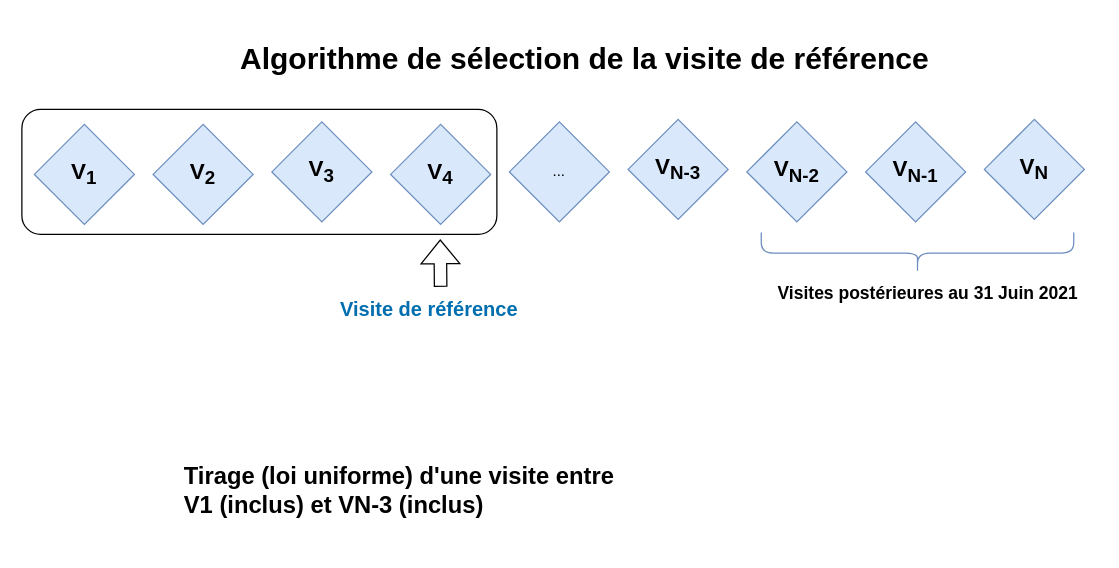
Before: algorithme_séquence.drawio in Basso42/BEHRT, a draw.io diagram. Source tidied: cells renumbered, new cells numbered last; positions are measured from the earlier drawing's top-left corner, leaving out a move shared by most shapes. Both pictures are drawn from the tidied source at 125%, with x=0, y=0 at pixel (21, 34).
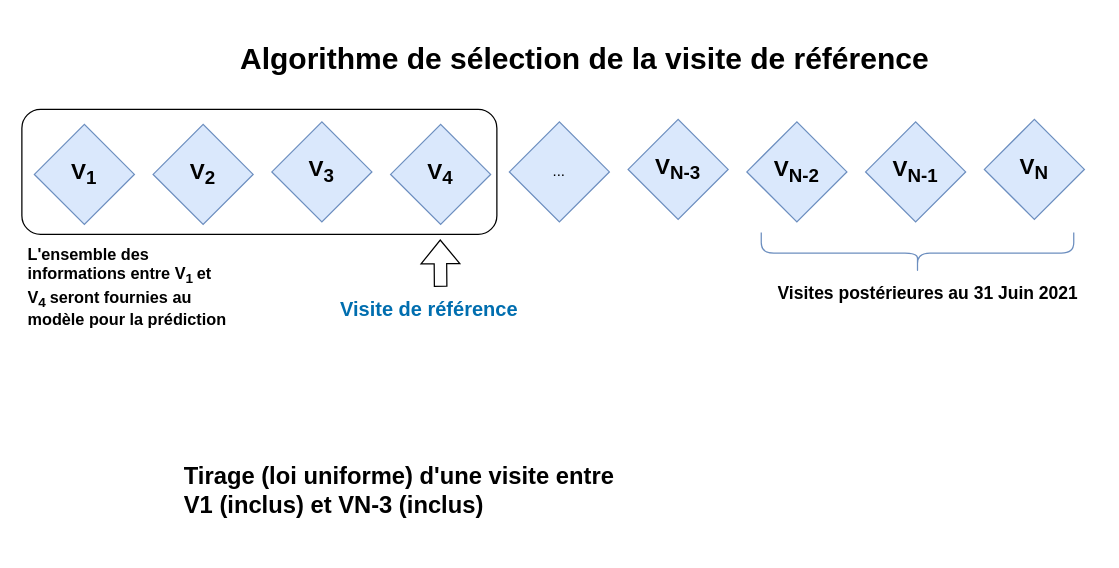
The same diagram, later.

Commit message (it also covers changes not shown here):
Mettre à jour algorithme_séquence.drawio

What changed in the source:
```diff
@@
 <mxGraphModel>
   <root>
     <mxCell id="0" />
     <mxCell id="1" parent="0" />
     <mxCell id="2" style="rounded=1;whiteSpace=wrap;html=1;fillColor=none;strokeWidth=1;" parent="1" vertex="1">
       <mxGeometry y="60" width="380" height="100" as="geometry" />
     </mxCell>
     <mxCell id="3" value="&lt;b&gt;&lt;font style=&quot;font-size: 18px;&quot;&gt;V&lt;sub&gt;N-3&lt;/sub&gt;&lt;/font&gt;&lt;/b&gt;" style="rhombus;whiteSpace=wrap;html=1;flipH=1;flipV=0;fillColor=#dae8fc;strokeColor=#6c8ebf;" parent="1" vertex="1">
       <mxGeometry x="485" y="68" width="80" height="80" as="geometry" />
     </mxCell>
     <mxCell id="4" value="&lt;b&gt;&lt;font style=&quot;font-size: 18px;&quot;&gt;V&lt;sub&gt;N&lt;/sub&gt;&lt;/font&gt;&lt;/b&gt;" style="rhombus;whiteSpace=wrap;html=1;flipH=1;flipV=0;fillColor=#dae8fc;strokeColor=#6c8ebf;" parent="1" vertex="1">
       <mxGeometry x="770" y="68" width="80" height="80" as="geometry" />
     </mxCell>
     <mxCell id="5" value="..." style="rhombus;whiteSpace=wrap;html=1;flipH=1;flipV=0;fillColor=#dae8fc;strokeColor=#6c8ebf;" parent="1" vertex="1">
       <mxGeometry x="390" y="70" width="80" height="80" as="geometry" />
     </mxCell>
     <mxCell id="6" value="&lt;b&gt;&lt;font style=&quot;font-size: 18px;&quot;&gt;V&lt;sub&gt;N-2&lt;/sub&gt;&lt;/font&gt;&lt;/b&gt;" style="rhombus;whiteSpace=wrap;html=1;flipH=1;flipV=0;fillColor=#dae8fc;strokeColor=#6c8ebf;" parent="1" vertex="1">
       <mxGeometry x="580" y="70" width="80" height="80" as="geometry" />
     </mxCell>
     <mxCell id="7" value="&lt;b&gt;&lt;font style=&quot;font-size: 18px;&quot;&gt;V&lt;sub&gt;N-1&lt;/sub&gt;&lt;/font&gt;&lt;/b&gt;" style="rhombus;whiteSpace=wrap;html=1;flipH=1;flipV=0;fillColor=#dae8fc;strokeColor=#6c8ebf;" parent="1" vertex="1">
       <mxGeometry x="675" y="70" width="80" height="80" as="geometry" />
     </mxCell>
     <mxCell id="8" value="&lt;b&gt;&lt;font style=&quot;font-size: 18px;&quot;&gt;V&lt;sub&gt;3&lt;/sub&gt;&lt;/font&gt;&lt;/b&gt;" style="rhombus;whiteSpace=wrap;html=1;flipH=1;flipV=0;fillColor=#dae8fc;strokeColor=#6c8ebf;" parent="1" vertex="1">
       <mxGeometry x="200" y="70" width="80" height="80" as="geometry" />
     </mxCell>
     <mxCell id="9" value="&lt;b&gt;&lt;font style=&quot;font-size: 18px;&quot;&gt;V&lt;sub&gt;1&lt;/sub&gt;&lt;/font&gt;&lt;/b&gt;" style="rhombus;whiteSpace=wrap;html=1;flipH=1;flipV=0;fillColor=#dae8fc;strokeColor=#6c8ebf;" parent="1" vertex="1">
       <mxGeometry x="10" y="72" width="80" height="80" as="geometry" />
     </mxCell>
     <mxCell id="10" value="&lt;b&gt;&lt;font style=&quot;font-size: 18px;&quot;&gt;V&lt;sub&gt;2&lt;/sub&gt;&lt;/font&gt;&lt;/b&gt;" style="rhombus;whiteSpace=wrap;html=1;flipH=1;flipV=0;fillColor=#dae8fc;strokeColor=#6c8ebf;" parent="1" vertex="1">
       <mxGeometry x="105" y="72" width="80" height="80" as="geometry" />
     </mxCell>
     <mxCell id="11" value="&lt;b&gt;&lt;font style=&quot;font-size: 18px;&quot;&gt;V&lt;sub&gt;4&lt;/sub&gt;&lt;/font&gt;&lt;/b&gt;" style="rhombus;whiteSpace=wrap;html=1;flipH=1;flipV=0;fillColor=#dae8fc;strokeColor=#6c8ebf;" parent="1" vertex="1">
       <mxGeometry x="295" y="72" width="80" height="80" as="geometry" />
     </mxCell>
     <mxCell id="12" value="&lt;h1&gt;Algorithme de sélection de la visite de référence&lt;br&gt;&lt;/h1&gt;&lt;p&gt;&lt;br&gt;&lt;/p&gt;" style="text;html=1;strokeColor=none;fillColor=none;spacing=5;spacingTop=-20;whiteSpace=wrap;overflow=hidden;rounded=0;" parent="1" vertex="1">
       <mxGeometry x="170" width="625" height="40" as="geometry" />
     </mxCell>
     <mxCell id="13" style="shape=curlyBracket;whiteSpace=wrap;html=1;rounded=1;labelPosition=left;verticalLabelPosition=middle;align=right;verticalAlign=middle;flipV=1;rotation=-90;fillColor=#dae8fc;strokeColor=#6c8ebf;" parent="1" vertex="1">
       <mxGeometry x="700" y="50" width="33" height="250" as="geometry" />
     </mxCell>
     <mxCell id="14" value="&lt;h1 style=&quot;font-size: 14px;&quot;&gt;Visites postérieures au 31 Juin 2021&lt;br&gt;&lt;/h1&gt;&lt;p&gt;&lt;br&gt;&lt;/p&gt;" style="text;html=1;strokeColor=none;fillColor=none;spacing=5;spacingTop=-20;whiteSpace=wrap;overflow=hidden;rounded=0;" parent="1" vertex="1">
       <mxGeometry x="600" y="200" width="260" height="20" as="geometry" />
     </mxCell>
     <mxCell id="15" value="&lt;h1 style=&quot;font-size: 19px;&quot;&gt;Tirage (loi uniforme) d'une visite entre V1 (inclus) et VN-3 (inclus) &lt;br&gt;&lt;/h1&gt;&lt;p&gt;&lt;br&gt;&lt;/p&gt;" style="text;html=1;strokeColor=none;fillColor=none;spacing=5;spacingTop=-20;whiteSpace=wrap;overflow=hidden;rounded=0;" parent="1" vertex="1">
       <mxGeometry x="125" y="340" width="360" height="70" as="geometry" />
     </mxCell>
     <mxCell id="16" value="&lt;h1 style=&quot;font-size: 16px;&quot;&gt;&lt;font style=&quot;font-size: 16px;&quot; color=&quot;#006eaf&quot;&gt;Visite de référence&lt;/font&gt;&lt;br&gt;&lt;/h1&gt;&lt;p&gt;&lt;br&gt;&lt;/p&gt;" style="text;html=1;strokeColor=none;fillColor=none;spacing=5;spacingTop=-20;whiteSpace=wrap;overflow=hidden;rounded=0;" parent="1" vertex="1">
       <mxGeometry x="250" y="210" width="170" height="30" as="geometry" />
     </mxCell>
     <mxCell id="17" style="shape=flexArrow;endArrow=classic;html=1;rounded=0;" parent="1" edge="1">
       <mxGeometry relative="1" as="geometry">
         <mxPoint x="335" y="202" as="sourcePoint" />
         <mxPoint x="334.7" y="164" as="targetPoint" />
       </mxGeometry>
     </mxCell>
+    <mxCell id="18" value="&lt;h1 style=&quot;font-size: 13px;&quot;&gt;&lt;font style=&quot;font-size: 13px;&quot;&gt;L'ensemble des informations entre V&lt;sub style=&quot;&quot;&gt;1 &lt;/sub&gt;et V&lt;sub style=&quot;&quot;&gt;4 &lt;/sub&gt;seront fournies au modèle pour la prédiction &lt;br&gt;&lt;/font&gt;&lt;/h1&gt;&lt;h1 style=&quot;font-size: 13px;&quot;&gt;&lt;font style=&quot;font-size: 13px;&quot;&gt;&lt;sub&gt; &lt;/sub&gt;&lt;/font&gt;&lt;/h1&gt;" style="text;html=1;strokeColor=none;fillColor=none;spacing=5;spacingTop=-20;whiteSpace=wrap;overflow=hidden;rounded=0;" parent="1" vertex="1">
+      <mxGeometry y="170" width="170" height="70" as="geometry" />
+    </mxCell>
   </root>
 </mxGraphModel>
```
